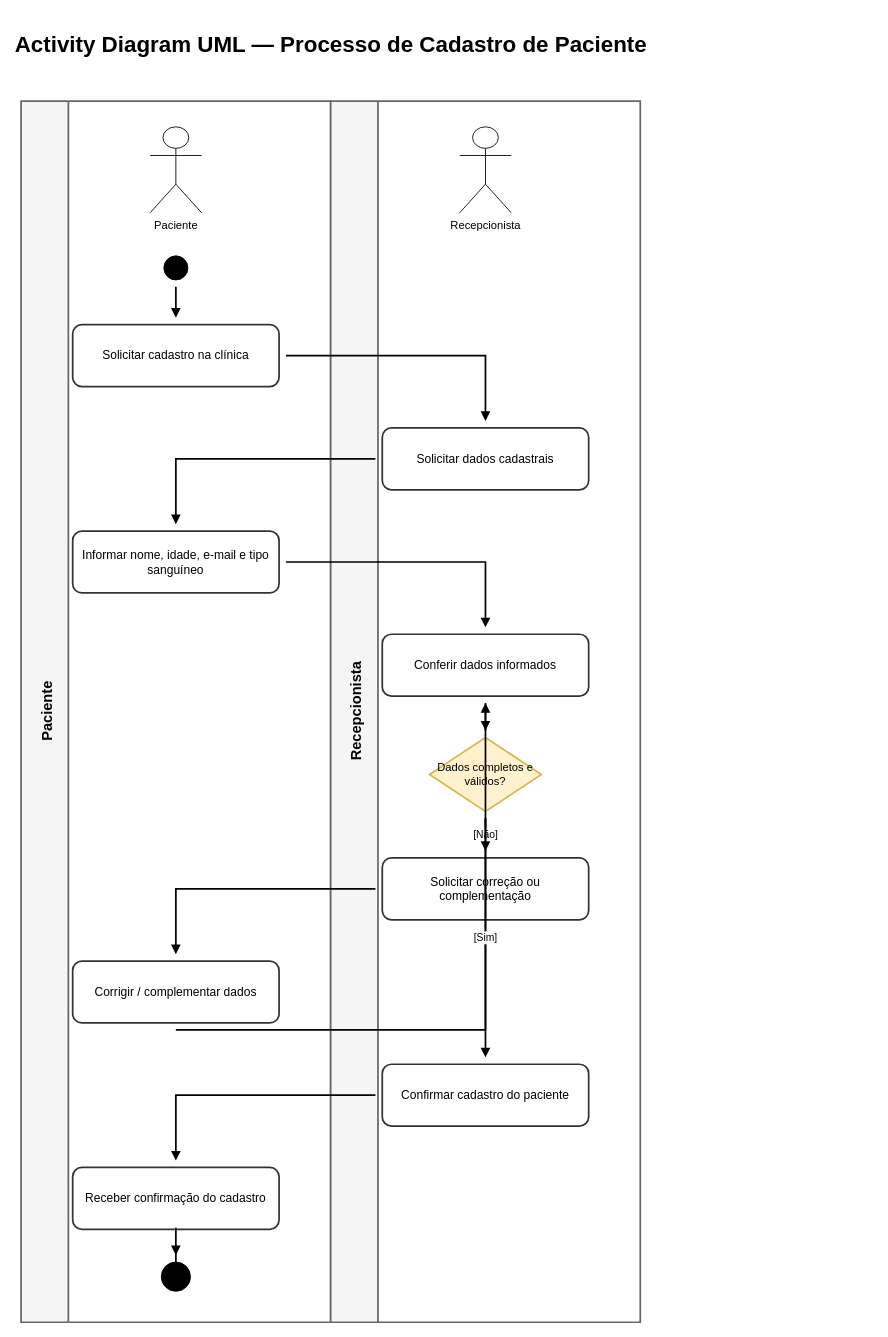
itodoconhecer-cmyk/aulas_umc_2026_1_spring_boot keeps this draw.io diagram as documentos/diagramas/atividade/01-cadastro-paciente-simples.drawio. Above is the earlier version. Source tidied: cells renumbered, new cells numbered last; positions are measured from the earlier drawing's top-left corner, leaving out a move shared by most shapes. Both pictures are drawn from the tidied source at 86%, with x=0, y=0 at pixel (21, 15).
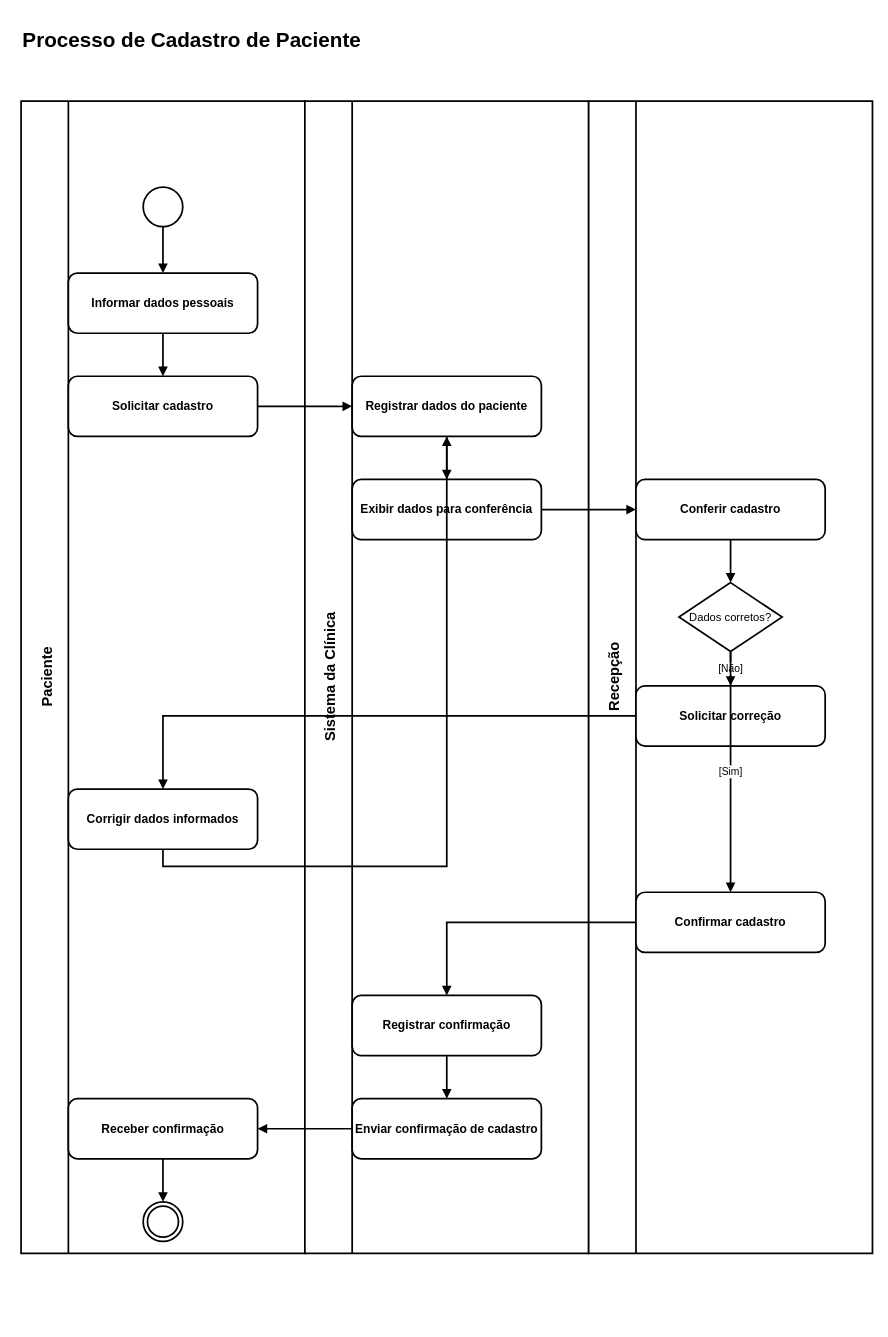
The same page after the edit.

Commit message:
docs: adequa activity diagrams ao processo de negocio com raias

The edit, as a diff of the source:
```diff
@@
-    <mxCell id="2" value="Activity Diagram UML — Processo de Cadastro de Paciente" style="text;html=1;align=center;verticalAlign=middle;fontSize=26;fontStyle=1;" parent="1" vertex="1">
-      <mxGeometry width="720" height="70" as="geometry" />
+    <mxCell id="2" value="Processo de Cadastro de Paciente" style="text;html=1;align=left;verticalAlign=middle;fontSize=24;fontStyle=1;" parent="1" vertex="1">
+      <mxGeometry width="990" height="60" as="geometry" />
     </mxCell>
-    <mxCell id="3" value="Paciente" style="swimlane;horizontal=0;startSize=55;html=1;fontStyle=1;fontSize=17;align=center;verticalAlign=top;spacingTop=14;fillColor=#f5f5f5;strokeColor=#666666;strokeWidth=2;" parent="1" vertex="1">
-      <mxGeometry y="100" width="360" height="1420" as="geometry" />
+    <mxCell id="3" value="Paciente" style="swimlane;horizontal=0;startSize=55;html=1;fontStyle=1;fontSize=17;align=center;verticalAlign=top;spacingTop=14;fillColor=#ffffff;strokeColor=#000000;strokeWidth=2;" parent="1" vertex="1">
+      <mxGeometry y="100" width="330" height="1340" as="geometry" />
     </mxCell>
-    <mxCell id="4" value="Recepcionista" style="swimlane;horizontal=0;startSize=55;html=1;fontStyle=1;fontSize=17;align=center;verticalAlign=top;spacingTop=14;fillColor=#f5f5f5;strokeColor=#666666;strokeWidth=2;" parent="1" vertex="1">
-      <mxGeometry x="360" y="100" width="360" height="1420" as="geometry" />
+    <mxCell id="4" value="Sistema da Clínica" style="swimlane;horizontal=0;startSize=55;html=1;fontStyle=1;fontSize=17;align=center;verticalAlign=top;spacingTop=14;fillColor=#ffffff;strokeColor=#000000;strokeWidth=2;" parent="1" vertex="1">
+      <mxGeometry x="330" y="100" width="330" height="1340" as="geometry" />
     </mxCell>
-    <mxCell id="5" value="Paciente" style="shape=umlActor;verticalLabelPosition=bottom;verticalAlign=top;html=1;fontSize=13;" parent="1" vertex="1">
-      <mxGeometry x="150" y="130" width="60" height="100" as="geometry" />
-    </mxCell>
-    <mxCell id="6" value="Recepcionista" style="shape=umlActor;verticalLabelPosition=bottom;verticalAlign=top;html=1;fontSize=13;" parent="1" vertex="1">
-      <mxGeometry x="510" y="130" width="60" height="100" as="geometry" />
-    </mxCell>
+    <mxCell id="29" value="Recepção" style="swimlane;horizontal=0;startSize=55;html=1;fontStyle=1;fontSize=17;align=center;verticalAlign=top;spacingTop=14;fillColor=#ffffff;strokeColor=#000000;strokeWidth=2;" parent="1" vertex="1">
+      <mxGeometry x="660" y="100" width="330" height="1340" as="geometry" />
+    </mxCell>
-    <mxCell id="7" style="ellipse;html=1;fillColor=#000000;strokeColor=#000000;" parent="1" vertex="1">
-      <mxGeometry x="166" y="280" width="28" height="28" as="geometry" />
+    <mxCell id="7" style="ellipse;html=1;fillColor=#ffffff;strokeColor=#000000;strokeWidth=2;" parent="1" vertex="1">
+      <mxGeometry x="142" y="200" width="46" height="46" as="geometry" />
     </mxCell>
-    <mxCell id="8" value="Solicitar cadastro na clínica" style="rounded=1;whiteSpace=wrap;html=1;fontSize=14;strokeWidth=2;fillColor=#ffffff;strokeColor=#333333;" parent="1" vertex="1">
-      <mxGeometry x="60" y="360" width="240" height="72" as="geometry" />
+    <mxCell id="8" value="Informar dados pessoais" style="rounded=1;whiteSpace=wrap;html=1;fontSize=14;fontStyle=1;strokeWidth=2;fillColor=#ffffff;strokeColor=#000000;" parent="1" vertex="1">
+      <mxGeometry x="55" y="300" width="220" height="70" as="geometry" />
     </mxCell>
-    <mxCell id="9" value="Solicitar dados cadastrais" style="rounded=1;whiteSpace=wrap;html=1;fontSize=14;strokeWidth=2;fillColor=#ffffff;strokeColor=#333333;" parent="1" vertex="1">
-      <mxGeometry x="420" y="480" width="240" height="72" as="geometry" />
+    <mxCell id="9" value="Solicitar cadastro" style="rounded=1;whiteSpace=wrap;html=1;fontSize=14;fontStyle=1;strokeWidth=2;fillColor=#ffffff;strokeColor=#000000;" parent="1" vertex="1">
+      <mxGeometry x="55" y="420" width="220" height="70" as="geometry" />
     </mxCell>
-    <mxCell id="10" value="Informar nome, idade, e-mail e tipo sanguíneo" style="rounded=1;whiteSpace=wrap;html=1;fontSize=14;strokeWidth=2;fillColor=#ffffff;strokeColor=#333333;" parent="1" vertex="1">
-      <mxGeometry x="60" y="600" width="240" height="72" as="geometry" />
+    <mxCell id="10" value="Registrar dados do paciente" style="rounded=1;whiteSpace=wrap;html=1;fontSize=14;fontStyle=1;strokeWidth=2;fillColor=#ffffff;strokeColor=#000000;" parent="1" vertex="1">
+      <mxGeometry x="385" y="420" width="220" height="70" as="geometry" />
     </mxCell>
-    <mxCell id="11" value="Conferir dados informados" style="rounded=1;whiteSpace=wrap;html=1;fontSize=14;strokeWidth=2;fillColor=#ffffff;strokeColor=#333333;" parent="1" vertex="1">
-      <mxGeometry x="420" y="720" width="240" height="72" as="geometry" />
+    <mxCell id="11" value="Exibir dados para conferência" style="rounded=1;whiteSpace=wrap;html=1;fontSize=14;fontStyle=1;strokeWidth=2;fillColor=#ffffff;strokeColor=#000000;" parent="1" vertex="1">
+      <mxGeometry x="385" y="540" width="220" height="70" as="geometry" />
     </mxCell>
-    <mxCell id="12" value="Dados completos e válidos?" style="rhombus;whiteSpace=wrap;html=1;fontSize=13;strokeWidth=2;fillColor=#fff2cc;strokeColor=#d6b656;" parent="1" vertex="1">
-      <mxGeometry x="475" y="840" width="130" height="86" as="geometry" />
-    </mxCell>
-    <mxCell id="13" value="Solicitar correção ou complementação" style="rounded=1;whiteSpace=wrap;html=1;fontSize=14;strokeWidth=2;fillColor=#ffffff;strokeColor=#333333;" parent="1" vertex="1">
-      <mxGeometry x="420" y="980" width="240" height="72" as="geometry" />
+    <mxCell id="13" value="Conferir cadastro" style="rounded=1;whiteSpace=wrap;html=1;fontSize=14;fontStyle=1;strokeWidth=2;fillColor=#ffffff;strokeColor=#000000;" parent="1" vertex="1">
+      <mxGeometry x="715" y="540" width="220" height="70" as="geometry" />
     </mxCell>
+    <mxCell id="30" value="Dados corretos?" style="rhombus;whiteSpace=wrap;html=1;fontSize=13;strokeWidth=2;fillColor=#ffffff;strokeColor=#000000;" parent="1" vertex="1">
+      <mxGeometry x="765" y="660" width="120" height="80" as="geometry" />
+    </mxCell>
-    <mxCell id="14" value="Corrigir / complementar dados" style="rounded=1;whiteSpace=wrap;html=1;fontSize=14;strokeWidth=2;fillColor=#ffffff;strokeColor=#333333;" parent="1" vertex="1">
-      <mxGeometry x="60" y="1100" width="240" height="72" as="geometry" />
+    <mxCell id="14" value="Solicitar correção" style="rounded=1;whiteSpace=wrap;html=1;fontSize=14;fontStyle=1;strokeWidth=2;fillColor=#ffffff;strokeColor=#000000;" parent="1" vertex="1">
+      <mxGeometry x="715" y="780" width="220" height="70" as="geometry" />
     </mxCell>
-    <mxCell id="15" value="Confirmar cadastro do paciente" style="rounded=1;whiteSpace=wrap;html=1;fontSize=14;strokeWidth=2;fillColor=#ffffff;strokeColor=#333333;" parent="1" vertex="1">
-      <mxGeometry x="420" y="1220" width="240" height="72" as="geometry" />
+    <mxCell id="15" value="Corrigir dados informados" style="rounded=1;whiteSpace=wrap;html=1;fontSize=14;fontStyle=1;strokeWidth=2;fillColor=#ffffff;strokeColor=#000000;" parent="1" vertex="1">
+      <mxGeometry x="55" y="900" width="220" height="70" as="geometry" />
     </mxCell>
-    <mxCell id="16" value="Receber confirmação do cadastro" style="rounded=1;whiteSpace=wrap;html=1;fontSize=14;strokeWidth=2;fillColor=#ffffff;strokeColor=#333333;" parent="1" vertex="1">
-      <mxGeometry x="60" y="1340" width="240" height="72" as="geometry" />
+    <mxCell id="16" value="Confirmar cadastro" style="rounded=1;whiteSpace=wrap;html=1;fontSize=14;fontStyle=1;strokeWidth=2;fillColor=#ffffff;strokeColor=#000000;" parent="1" vertex="1">
+      <mxGeometry x="715" y="1020" width="220" height="70" as="geometry" />
     </mxCell>
+    <mxCell id="31" value="Registrar confirmação" style="rounded=1;whiteSpace=wrap;html=1;fontSize=14;fontStyle=1;strokeWidth=2;fillColor=#ffffff;strokeColor=#000000;" parent="1" vertex="1">
+      <mxGeometry x="385" y="1140" width="220" height="70" as="geometry" />
+    </mxCell>
+    <mxCell id="32" value="Enviar confirmação de cadastro" style="rounded=1;whiteSpace=wrap;html=1;fontSize=14;fontStyle=1;strokeWidth=2;fillColor=#ffffff;strokeColor=#000000;" parent="1" vertex="1">
+      <mxGeometry x="385" y="1260" width="220" height="70" as="geometry" />
+    </mxCell>
+    <mxCell id="33" value="Receber confirmação" style="rounded=1;whiteSpace=wrap;html=1;fontSize=14;fontStyle=1;strokeWidth=2;fillColor=#ffffff;strokeColor=#000000;" parent="1" vertex="1">
+      <mxGeometry x="55" y="1260" width="220" height="70" as="geometry" />
+    </mxCell>
-    <mxCell id="17" style="ellipse;html=1;fillColor=#000000;strokeColor=#000000;shape=doubleEllipse;" parent="1" vertex="1">
-      <mxGeometry x="163" y="1450" width="34" height="34" as="geometry" />
+    <mxCell id="17" style="ellipse;html=1;fillColor=#ffffff;strokeColor=#000000;strokeWidth=2;shape=doubleEllipse;" parent="1" vertex="1">
+      <mxGeometry x="142" y="1380" width="46" height="46" as="geometry" />
     </mxCell>
-    <mxCell id="18" style="edgeStyle=orthogonalEdgeStyle;rounded=0;jettySize=40;html=1;endArrow=block;endFill=1;strokeWidth=2;fontSize=12;labelBackgroundColor=#ffffff;sourcePerimeterSpacing=8;targetPerimeterSpacing=8;" parent="1" edge="1" source="7" target="8">
+    <mxCell id="18" style="edgeStyle=orthogonalEdgeStyle;rounded=0;jettySize=30;html=1;endArrow=block;endFill=1;strokeWidth=2;fontSize=12;labelBackgroundColor=#ffffff;" parent="1" edge="1" source="7" target="8">
       <mxGeometry relative="1" as="geometry" />
     </mxCell>
-    <mxCell id="19" style="edgeStyle=orthogonalEdgeStyle;rounded=0;jettySize=40;html=1;endArrow=block;endFill=1;strokeWidth=2;fontSize=12;labelBackgroundColor=#ffffff;sourcePerimeterSpacing=8;targetPerimeterSpacing=8;" parent="1" edge="1" source="8" target="9">
+    <mxCell id="19" style="edgeStyle=orthogonalEdgeStyle;rounded=0;jettySize=30;html=1;endArrow=block;endFill=1;strokeWidth=2;fontSize=12;labelBackgroundColor=#ffffff;" parent="1" edge="1" source="8" target="9">
       <mxGeometry relative="1" as="geometry" />
     </mxCell>
-    <mxCell id="20" style="edgeStyle=orthogonalEdgeStyle;rounded=0;jettySize=40;html=1;endArrow=block;endFill=1;strokeWidth=2;fontSize=12;labelBackgroundColor=#ffffff;sourcePerimeterSpacing=8;targetPerimeterSpacing=8;" parent="1" edge="1" source="9" target="10">
+    <mxCell id="20" style="edgeStyle=orthogonalEdgeStyle;rounded=0;jettySize=30;html=1;endArrow=block;endFill=1;strokeWidth=2;fontSize=12;labelBackgroundColor=#ffffff;" parent="1" edge="1" source="9" target="10">
       <mxGeometry relative="1" as="geometry" />
     </mxCell>
-    <mxCell id="21" style="edgeStyle=orthogonalEdgeStyle;rounded=0;jettySize=40;html=1;endArrow=block;endFill=1;strokeWidth=2;fontSize=12;labelBackgroundColor=#ffffff;sourcePerimeterSpacing=8;targetPerimeterSpacing=8;" parent="1" edge="1" source="10" target="11">
+    <mxCell id="21" style="edgeStyle=orthogonalEdgeStyle;rounded=0;jettySize=30;html=1;endArrow=block;endFill=1;strokeWidth=2;fontSize=12;labelBackgroundColor=#ffffff;" parent="1" edge="1" source="10" target="11">
       <mxGeometry relative="1" as="geometry" />
     </mxCell>
-    <mxCell id="22" style="edgeStyle=orthogonalEdgeStyle;rounded=0;jettySize=40;html=1;endArrow=block;endFill=1;strokeWidth=2;fontSize=12;labelBackgroundColor=#ffffff;sourcePerimeterSpacing=8;targetPerimeterSpacing=8;" parent="1" edge="1" source="11" target="12">
+    <mxCell id="22" style="edgeStyle=orthogonalEdgeStyle;rounded=0;jettySize=30;html=1;endArrow=block;endFill=1;strokeWidth=2;fontSize=12;labelBackgroundColor=#ffffff;" parent="1" edge="1" source="11" target="13">
       <mxGeometry relative="1" as="geometry" />
     </mxCell>
-    <mxCell id="23" value="[Não]" style="edgeStyle=orthogonalEdgeStyle;rounded=0;jettySize=40;html=1;endArrow=block;endFill=1;strokeWidth=2;fontSize=12;labelBackgroundColor=#ffffff;sourcePerimeterSpacing=8;targetPerimeterSpacing=8;" parent="1" edge="1" source="12" target="13">
+    <mxCell id="23" style="edgeStyle=orthogonalEdgeStyle;rounded=0;jettySize=30;html=1;endArrow=block;endFill=1;strokeWidth=2;fontSize=12;labelBackgroundColor=#ffffff;" parent="1" edge="1" source="13" target="30">
       <mxGeometry relative="1" as="geometry" />
     </mxCell>
-    <mxCell id="24" style="edgeStyle=orthogonalEdgeStyle;rounded=0;jettySize=40;html=1;endArrow=block;endFill=1;strokeWidth=2;fontSize=12;labelBackgroundColor=#ffffff;sourcePerimeterSpacing=8;targetPerimeterSpacing=8;" parent="1" edge="1" source="13" target="14">
+    <mxCell id="24" value="[Não]" style="edgeStyle=orthogonalEdgeStyle;rounded=0;jettySize=30;html=1;endArrow=block;endFill=1;strokeWidth=2;fontSize=12;labelBackgroundColor=#ffffff;" parent="1" edge="1" source="30" target="14">
       <mxGeometry relative="1" as="geometry" />
     </mxCell>
-    <mxCell id="25" style="edgeStyle=orthogonalEdgeStyle;rounded=0;jettySize=40;html=1;endArrow=block;endFill=1;strokeWidth=2;fontSize=12;labelBackgroundColor=#ffffff;sourcePerimeterSpacing=8;targetPerimeterSpacing=8;" parent="1" edge="1" source="14" target="11">
-      <mxGeometry relative="1" as="geometry">
-        <Array as="points">
-          <mxPoint x="180" y="1180" />
-          <mxPoint x="540" y="1180" />
-          <mxPoint x="540" y="760" />
-        </Array>
-      </mxGeometry>
+    <mxCell id="25" style="edgeStyle=orthogonalEdgeStyle;rounded=0;jettySize=30;html=1;endArrow=block;endFill=1;strokeWidth=2;fontSize=12;labelBackgroundColor=#ffffff;" parent="1" edge="1" source="14" target="15">
+      <mxGeometry relative="1" as="geometry" />
     </mxCell>
-    <mxCell id="26" value="[Sim]" style="edgeStyle=orthogonalEdgeStyle;rounded=0;jettySize=40;html=1;endArrow=block;endFill=1;strokeWidth=2;fontSize=12;labelBackgroundColor=#ffffff;sourcePerimeterSpacing=8;targetPerimeterSpacing=8;" parent="1" edge="1" source="12" target="15">
-      <mxGeometry relative="1" as="geometry" />
+    <mxCell id="26" style="edgeStyle=orthogonalEdgeStyle;rounded=0;jettySize=30;html=1;endArrow=block;endFill=1;strokeWidth=2;fontSize=12;labelBackgroundColor=#ffffff;" parent="1" edge="1" source="15" target="10">
+      <mxGeometry relative="1" as="geometry">
+        <Array as="points">
+          <mxPoint x="165" y="990" />
+          <mxPoint x="495" y="990" />
+          <mxPoint x="495" y="455" />
+        </Array>
+      </mxGeometry>
     </mxCell>
-    <mxCell id="27" style="edgeStyle=orthogonalEdgeStyle;rounded=0;jettySize=40;html=1;endArrow=block;endFill=1;strokeWidth=2;fontSize=12;labelBackgroundColor=#ffffff;sourcePerimeterSpacing=8;targetPerimeterSpacing=8;" parent="1" edge="1" source="15" target="16">
+    <mxCell id="27" value="[Sim]" style="edgeStyle=orthogonalEdgeStyle;rounded=0;jettySize=30;html=1;endArrow=block;endFill=1;strokeWidth=2;fontSize=12;labelBackgroundColor=#ffffff;" parent="1" edge="1" source="30" target="16">
       <mxGeometry relative="1" as="geometry" />
     </mxCell>
-    <mxCell id="28" style="edgeStyle=orthogonalEdgeStyle;rounded=0;jettySize=40;html=1;endArrow=block;endFill=1;strokeWidth=2;fontSize=12;labelBackgroundColor=#ffffff;sourcePerimeterSpacing=8;targetPerimeterSpacing=8;" parent="1" edge="1" source="16" target="17">
+    <mxCell id="28" style="edgeStyle=orthogonalEdgeStyle;rounded=0;jettySize=30;html=1;endArrow=block;endFill=1;strokeWidth=2;fontSize=12;labelBackgroundColor=#ffffff;" parent="1" edge="1" source="16" target="31">
       <mxGeometry relative="1" as="geometry" />
     </mxCell>
+    <mxCell id="34" style="edgeStyle=orthogonalEdgeStyle;rounded=0;jettySize=30;html=1;endArrow=block;endFill=1;strokeWidth=2;fontSize=12;labelBackgroundColor=#ffffff;" parent="1" edge="1" source="31" target="32">
+      <mxGeometry relative="1" as="geometry" />
+    </mxCell>
+    <mxCell id="35" style="edgeStyle=orthogonalEdgeStyle;rounded=0;jettySize=30;html=1;endArrow=block;endFill=1;strokeWidth=2;fontSize=12;labelBackgroundColor=#ffffff;" parent="1" edge="1" source="32" target="33">
+      <mxGeometry relative="1" as="geometry" />
+    </mxCell>
+    <mxCell id="36" style="edgeStyle=orthogonalEdgeStyle;rounded=0;jettySize=30;html=1;endArrow=block;endFill=1;strokeWidth=2;fontSize=12;labelBackgroundColor=#ffffff;" parent="1" edge="1" source="33" target="17">
+      <mxGeometry relative="1" as="geometry" />
+    </mxCell>
```
